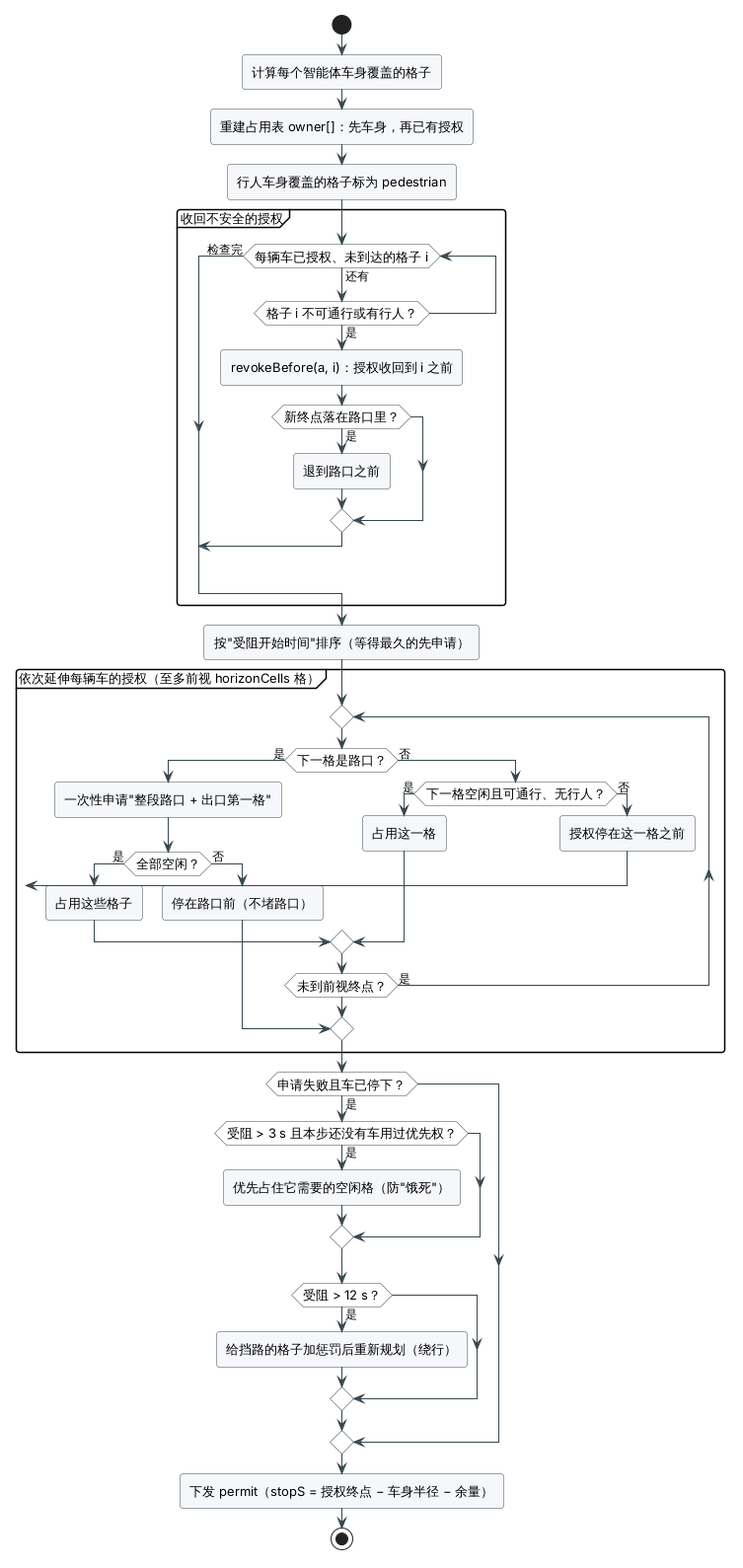
Earlier version of the PlantUML export docs/images/uml/activity-permit.png (fuzeliang1/ZongC). The source it was exported from:
```plantuml
@startuml activity-permit
!include _style.iuml

start
:计算每个智能体车身覆盖的格子;
:重建占用表 owner[]：先车身，再已有授权;
:行人车身覆盖的格子标为 pedestrian;
partition "收回不安全的授权" {
  while (每辆车已授权、未到达的格子 i) is (还有)
    if (格子 i 不可通行或有行人？) then (是)
      :revokeBefore(a, i)：授权收回到 i 之前;
      if (新终点落在路口里？) then (是)
        :退到路口之前;
      endif
      break
    endif
  endwhile (检查完)
}
:按"受阻开始时间"排序（等得最久的先申请）;
partition "依次延伸每辆车的授权（至多前视 horizonCells 格）" {
  repeat
    if (下一格是路口？) then (是)
      :一次性申请"整段路口 + 出口第一格";
      if (全部空闲？) then (是)
        :占用这些格子;
      else (否)
        :停在路口前（不堵路口）;
        break
      endif
    else (否)
      if (下一格空闲且可通行、无行人？) then (是)
        :占用这一格;
      else (否)
        :授权停在这一格之前;
        break
      endif
    endif
  repeat while (未到前视终点？) is (是)
}
if (申请失败且车已停下？) then (是)
  if (受阻 > 3 s 且本步还没有车用过优先权？) then (是)
    :优先占住它需要的空闲格（防"饿死"）;
  endif
  if (受阻 > 12 s？) then (是)
    :给挡路的格子加惩罚后重新规划（绕行）;
  endif
endif
:下发 permit（stopS = 授权终点 − 车身半径 − 余量）;
stop
@enduml
```
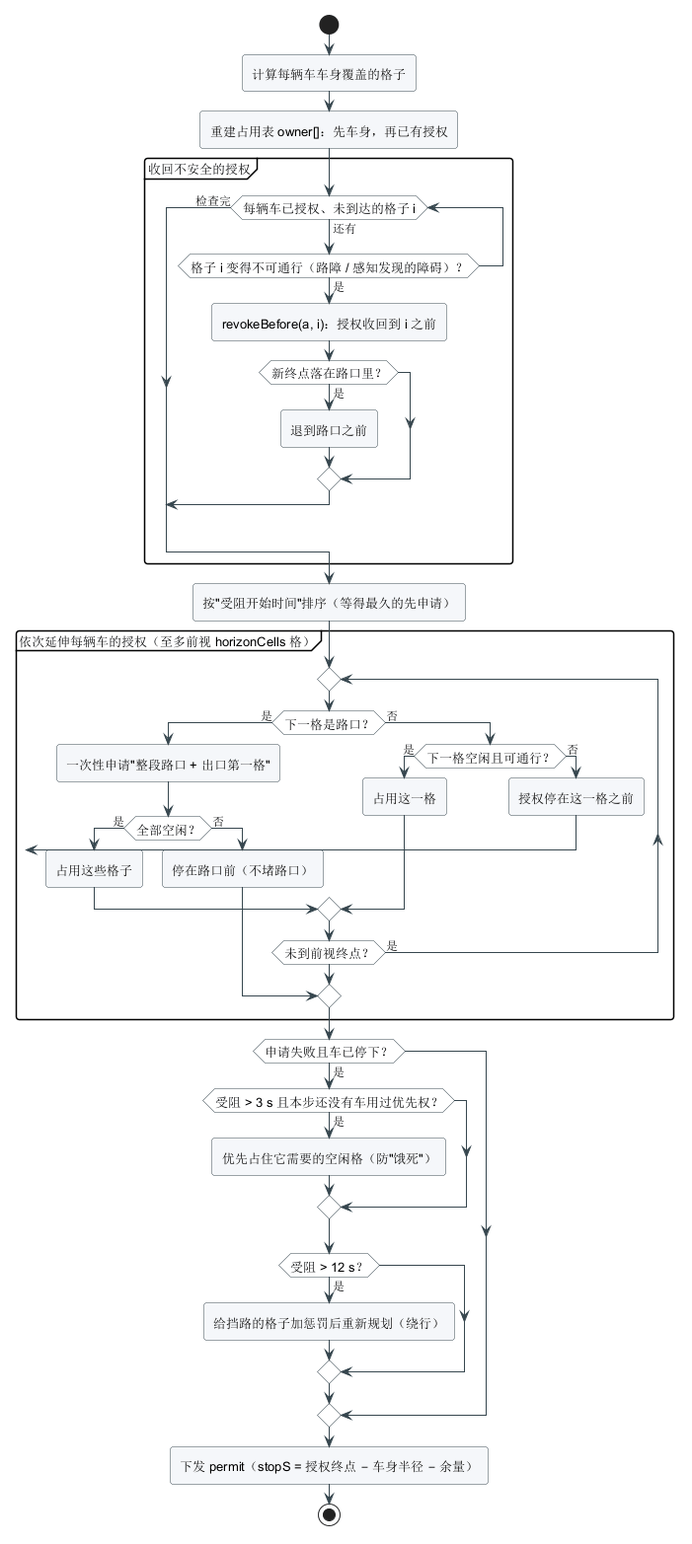
After the commit.

What changed in the source:
```diff
@@ -2,12 +2,11 @@
 !include _style.iuml
 
 start
-:计算每个智能体车身覆盖的格子;
+:计算每辆车车身覆盖的格子;
 :重建占用表 owner[]：先车身，再已有授权;
-:行人车身覆盖的格子标为 pedestrian;
 partition "收回不安全的授权" {
   while (每辆车已授权、未到达的格子 i) is (还有)
-    if (格子 i 不可通行或有行人？) then (是)
+    if (格子 i 变得不可通行（路障 / 感知发现的障碍）？) then (是)
       :revokeBefore(a, i)：授权收回到 i 之前;
       if (新终点落在路口里？) then (是)
         :退到路口之前;
@@ -28,7 +27,7 @@
         break
       endif
     else (否)
-      if (下一格空闲且可通行、无行人？) then (是)
+      if (下一格空闲且可通行？) then (是)
         :占用这一格;
       else (否)
         :授权停在这一格之前;
```
